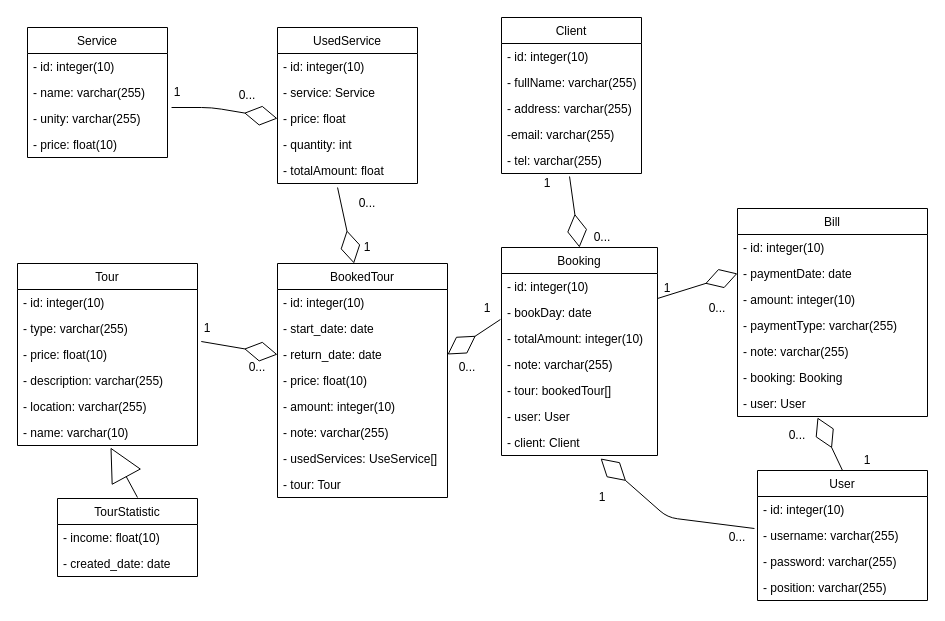
Before: classDiagram.drawio in thanhlongtld/classical_software_engineering, a draw.io diagram. Source tidied: cells renumbered, new cells numbered last; positions are measured from the earlier drawing's top-left corner, leaving out a move shared by most shapes. Both pictures are drawn from the tidied source at 100%, with x=0, y=0 at pixel (17, 17).
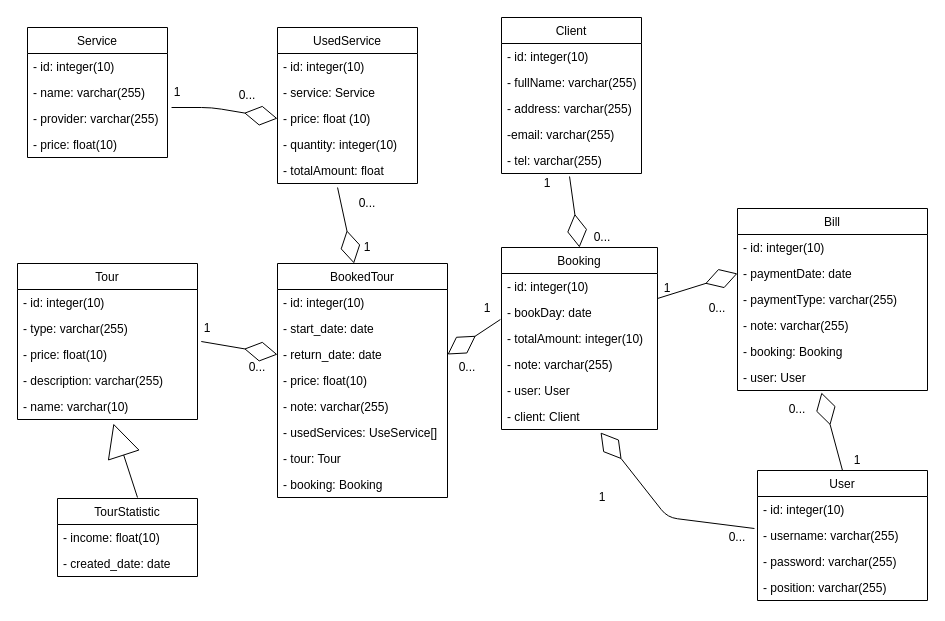
The same page after the edit.

Unchanged cells that the change refers to:
```xml
<mxCell id="34" value="BookedTour" style="swimlane;fontStyle=0;horizontal=1;startSize=26;fillColor=none;" parent="1" vertex="1">
  <mxGeometry x="260" y="246" width="170" height="234" as="geometry" />
</mxCell>
<mxCell id="43" value="User" style="swimlane;fontStyle=0;horizontal=1;startSize=26;fillColor=none;" parent="1" vertex="1">
  <mxGeometry x="740" y="453" width="170" height="130" as="geometry" />
</mxCell>
<mxCell id="64" value="UsedService" style="swimlane;fontStyle=0;horizontal=1;startSize=26;fillColor=none;" parent="1" vertex="1">
  <mxGeometry x="260" y="10" width="140" height="156" as="geometry" />
</mxCell>
<mxCell id="70" value="Service" style="swimlane;fontStyle=0;horizontal=1;startSize=26;fillColor=none;" parent="1" vertex="1">
  <mxGeometry x="10" y="10" width="140" height="130" as="geometry" />
</mxCell>
```

Change to the diagram source:
```diff
@@
     <mxCell id="8" value="Booking" style="swimlane;fontStyle=0;horizontal=1;startSize=26;fillColor=none;" parent="1" vertex="1">
-      <mxGeometry x="484" y="230" width="156" height="208" as="geometry" />
+      <mxGeometry x="484" y="230" width="156" height="182" as="geometry" />
     </mxCell>
@@
-    <mxCell id="13" value="- tour: bookedTour[]" style="text;strokeColor=none;fillColor=none;align=left;verticalAlign=top;spacingLeft=4;spacingRight=4;overflow=hidden;" parent="8" vertex="1">
-      <mxGeometry y="130" width="156" height="26" as="geometry" />
-    </mxCell>
     <mxCell id="14" value="- user: User" style="text;strokeColor=none;fillColor=none;align=left;verticalAlign=top;spacingLeft=4;spacingRight=4;overflow=hidden;" parent="8" vertex="1">
-      <mxGeometry y="156" width="156" height="26" as="geometry" />
+      <mxGeometry y="130" width="156" height="26" as="geometry" />
     </mxCell>
     <mxCell id="15" value="- client: Client" style="text;strokeColor=none;fillColor=none;align=left;verticalAlign=top;spacingLeft=4;spacingRight=4;overflow=hidden;points=[[0,0.5],[1,0.5]];portConstraint=eastwest;" parent="8" vertex="1">
-      <mxGeometry y="182" width="156" height="26" as="geometry" />
+      <mxGeometry y="156" width="156" height="26" as="geometry" />
     </mxCell>
     <mxCell id="16" value="Tour" style="swimlane;fontStyle=0;horizontal=1;startSize=26;fillColor=none;" parent="1" vertex="1">
-      <mxGeometry y="246" width="180" height="182" as="geometry" />
+      <mxGeometry y="246" width="180" height="156" as="geometry" />
     </mxCell>
@@
-    <mxCell id="21" value="- location: varchar(255)" style="text;strokeColor=none;fillColor=none;align=left;verticalAlign=top;spacingLeft=4;spacingRight=4;overflow=hidden;" parent="16" vertex="1">
-      <mxGeometry y="130" width="180" height="26" as="geometry" />
-    </mxCell>
     <mxCell id="22" value="- name: varchar(10)" style="text;strokeColor=none;fillColor=none;align=left;verticalAlign=top;spacingLeft=4;spacingRight=4;overflow=hidden;points=[[0,0.5],[1,0.5]];portConstraint=eastwest;" parent="16" vertex="1">
-      <mxGeometry y="156" width="180" height="26" as="geometry" />
+      <mxGeometry y="130" width="180" height="26" as="geometry" />
     </mxCell>
     <mxCell id="23" value="Bill" style="swimlane;fontStyle=0;horizontal=1;startSize=26;fillColor=none;" parent="1" vertex="1">
-      <mxGeometry x="720" y="191" width="190" height="208" as="geometry" />
+      <mxGeometry x="720" y="191" width="190" height="182" as="geometry" />
     </mxCell>
@@
-    <mxCell id="26" value="- amount: integer(10)" style="text;strokeColor=none;fillColor=none;align=left;verticalAlign=top;spacingLeft=4;spacingRight=4;overflow=hidden;" parent="23" vertex="1">
-      <mxGeometry y="78" width="190" height="26" as="geometry" />
-    </mxCell>
     <mxCell id="27" value="- paymentType: varchar(255)" style="text;strokeColor=none;fillColor=none;align=left;verticalAlign=top;spacingLeft=4;spacingRight=4;overflow=hidden;" parent="23" vertex="1">
-      <mxGeometry y="104" width="190" height="26" as="geometry" />
+      <mxGeometry y="78" width="190" height="26" as="geometry" />
     </mxCell>
     <mxCell id="28" value="- note: varchar(255)" style="text;strokeColor=none;fillColor=none;align=left;verticalAlign=top;spacingLeft=4;spacingRight=4;overflow=hidden;" parent="23" vertex="1">
-      <mxGeometry y="130" width="190" height="26" as="geometry" />
+      <mxGeometry y="104" width="190" height="26" as="geometry" />
     </mxCell>
     <mxCell id="29" value="- booking: Booking" style="text;strokeColor=none;fillColor=none;align=left;verticalAlign=top;spacingLeft=4;spacingRight=4;overflow=hidden;" parent="23" vertex="1">
-      <mxGeometry y="156" width="190" height="26" as="geometry" />
+      <mxGeometry y="130" width="190" height="26" as="geometry" />
     </mxCell>
     <mxCell id="30" value="- user: User" style="text;strokeColor=none;fillColor=none;align=left;verticalAlign=top;spacingLeft=4;spacingRight=4;overflow=hidden;points=[[0,0.5],[1,0.5]];portConstraint=eastwest;" parent="23" vertex="1">
-      <mxGeometry y="182" width="190" height="26" as="geometry" />
+      <mxGeometry y="156" width="190" height="26" as="geometry" />
     </mxCell>
@@
-    <mxCell id="39" value="- amount: integer(10)" style="text;strokeColor=none;fillColor=none;align=left;verticalAlign=top;spacingLeft=4;spacingRight=4;overflow=hidden;" parent="34" vertex="1">
-      <mxGeometry y="130" width="170" height="26" as="geometry" />
-    </mxCell>
     <mxCell id="40" value="- note: varchar(255)" style="text;strokeColor=none;fillColor=none;align=left;verticalAlign=top;spacingLeft=4;spacingRight=4;overflow=hidden;" parent="34" vertex="1">
-      <mxGeometry y="156" width="170" height="26" as="geometry" />
+      <mxGeometry y="130" width="170" height="26" as="geometry" />
     </mxCell>
     <mxCell id="41" value="- usedServices: UseService[]" style="text;strokeColor=none;fillColor=none;align=left;verticalAlign=top;spacingLeft=4;spacingRight=4;overflow=hidden;" parent="34" vertex="1">
-      <mxGeometry y="182" width="170" height="26" as="geometry" />
+      <mxGeometry y="156" width="170" height="26" as="geometry" />
     </mxCell>
     <mxCell id="42" value="- tour: Tour&#10;" style="text;strokeColor=none;fillColor=none;align=left;verticalAlign=top;spacingLeft=4;spacingRight=4;overflow=hidden;" parent="34" vertex="1">
-      <mxGeometry y="208" width="170" height="26" as="geometry" />
+      <mxGeometry y="182" width="170" height="26" as="geometry" />
     </mxCell>
+    <mxCell id="84" value="- booking: Booking&#10;" style="text;strokeColor=none;fillColor=none;align=left;verticalAlign=top;spacingLeft=4;spacingRight=4;overflow=hidden;" parent="34" vertex="1">
+      <mxGeometry y="208" width="170" height="26" as="geometry" />
+    </mxCell>
@@
-    <mxCell id="50" style="endArrow=block;html=1;endSize=31;endFill=0;" parent="1" edge="1">
+    <mxCell id="50" style="endArrow=block;html=1;endSize=31;endFill=0;entryX=0.533;entryY=1.154;entryDx=0;entryDy=0;entryPerimeter=0;" parent="1" edge="1" target="22">
       <mxGeometry relative="1" as="geometry">
         <mxPoint x="120" y="480" as="sourcePoint" />
-        <mxPoint x="93" y="430" as="targetPoint" />
       </mxGeometry>
     </mxCell>
-    <mxCell id="51" style="endArrow=diamondThin;html=1;exitX=0.5;exitY=0;exitDx=0;exitDy=0;endFill=0;endSize=31;" parent="1" edge="1" source="43">
-      <mxGeometry relative="1" as="geometry">
-        <mxPoint x="800" y="400" as="targetPoint" />
-      </mxGeometry>
+    <mxCell id="51" style="endArrow=diamondThin;html=1;exitX=0.5;exitY=0;exitDx=0;exitDy=0;endFill=0;endSize=31;entryX=0.442;entryY=1.077;entryDx=0;entryDy=0;entryPerimeter=0;" parent="1" edge="1" source="43" target="30">
+      <mxGeometry relative="1" as="geometry" />
     </mxCell>
@@
     <mxCell id="60" value="1" style="text;html=1;strokeColor=none;fillColor=none;align=center;verticalAlign=middle;whiteSpace=wrap;rounded=0;" parent="1" vertex="1">
-      <mxGeometry x="830" y="433" width="40" height="20" as="geometry" />
+      <mxGeometry x="820" y="433" width="40" height="20" as="geometry" />
     </mxCell>
     <mxCell id="61" value="0..." style="text;html=1;strokeColor=none;fillColor=none;align=center;verticalAlign=middle;whiteSpace=wrap;rounded=0;" parent="1" vertex="1">
-      <mxGeometry x="760" y="408" width="40" height="20" as="geometry" />
+      <mxGeometry x="760" y="382" width="40" height="20" as="geometry" />
     </mxCell>
@@
-    <mxCell id="67" value="- price: float" style="text;strokeColor=none;fillColor=none;align=left;verticalAlign=top;spacingLeft=4;spacingRight=4;overflow=hidden;points=[[0,0.5],[1,0.5]];portConstraint=eastwest;" parent="64" vertex="1">
+    <mxCell id="67" value="- price: float (10)" style="text;strokeColor=none;fillColor=none;align=left;verticalAlign=top;spacingLeft=4;spacingRight=4;overflow=hidden;points=[[0,0.5],[1,0.5]];portConstraint=eastwest;" parent="64" vertex="1">
       <mxGeometry y="78" width="140" height="26" as="geometry" />
     </mxCell>
-    <mxCell id="68" value="- quantity: int" style="text;strokeColor=none;fillColor=none;align=left;verticalAlign=top;spacingLeft=4;spacingRight=4;overflow=hidden;" parent="64" vertex="1">
+    <mxCell id="68" value="- quantity: integer(10)" style="text;strokeColor=none;fillColor=none;align=left;verticalAlign=top;spacingLeft=4;spacingRight=4;overflow=hidden;" parent="64" vertex="1">
       <mxGeometry y="104" width="140" height="26" as="geometry" />
     </mxCell>
@@
-    <mxCell id="73" value="- unity: varchar(255)" style="text;strokeColor=none;fillColor=none;align=left;verticalAlign=top;spacingLeft=4;spacingRight=4;overflow=hidden;points=[[0,0.5],[1,0.5]];portConstraint=eastwest;" parent="70" vertex="1">
+    <mxCell id="73" value="- provider: varchar(255)" style="text;strokeColor=none;fillColor=none;align=left;verticalAlign=top;spacingLeft=4;spacingRight=4;overflow=hidden;points=[[0,0.5],[1,0.5]];portConstraint=eastwest;" parent="70" vertex="1">
       <mxGeometry y="78" width="140" height="26" as="geometry" />
     </mxCell>
```
